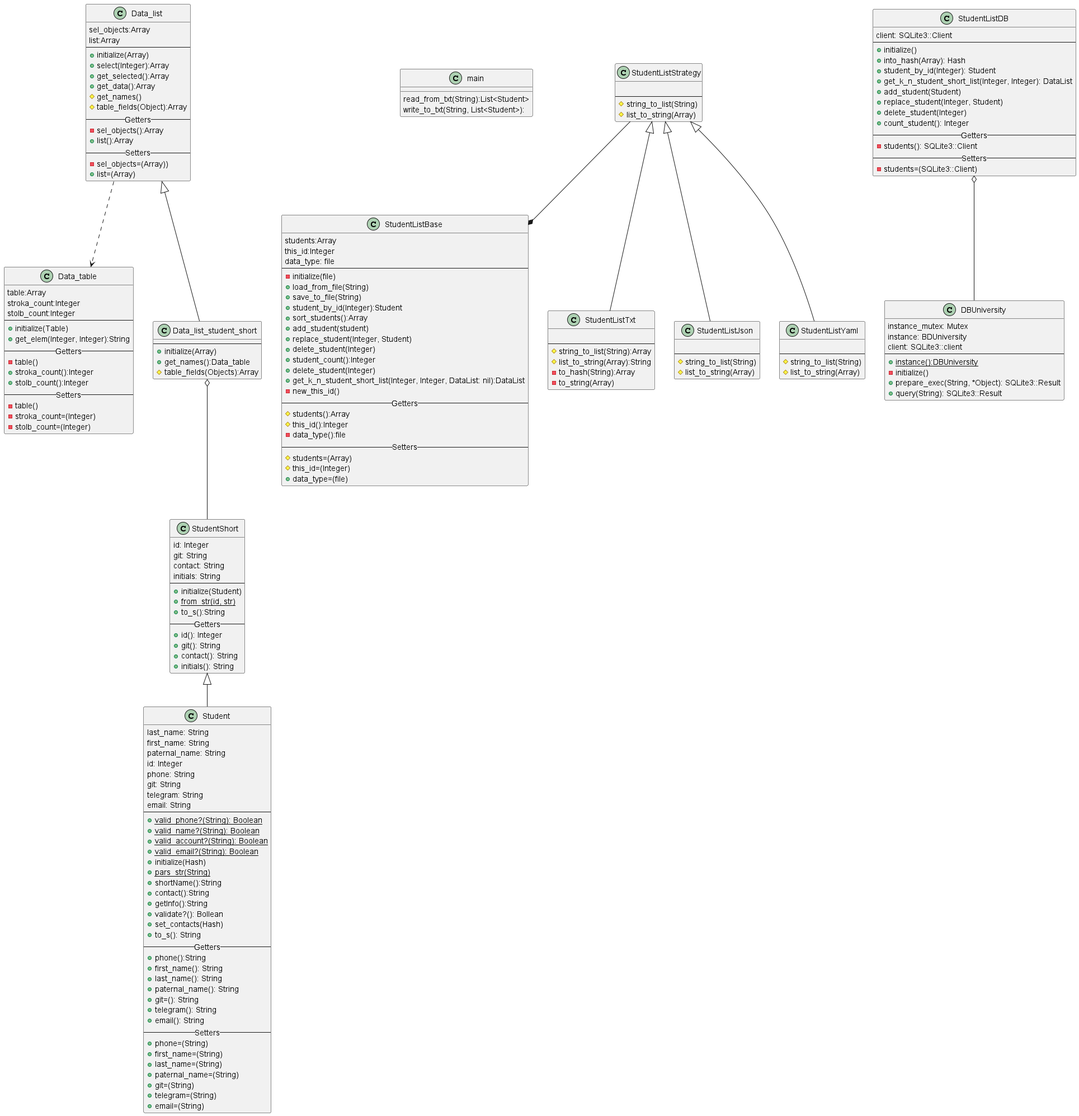
Before: Lab_2/Diagrams/student_diagram.png, a diagram exported from PlantUML (yellowcat-dotcom/Ruby).
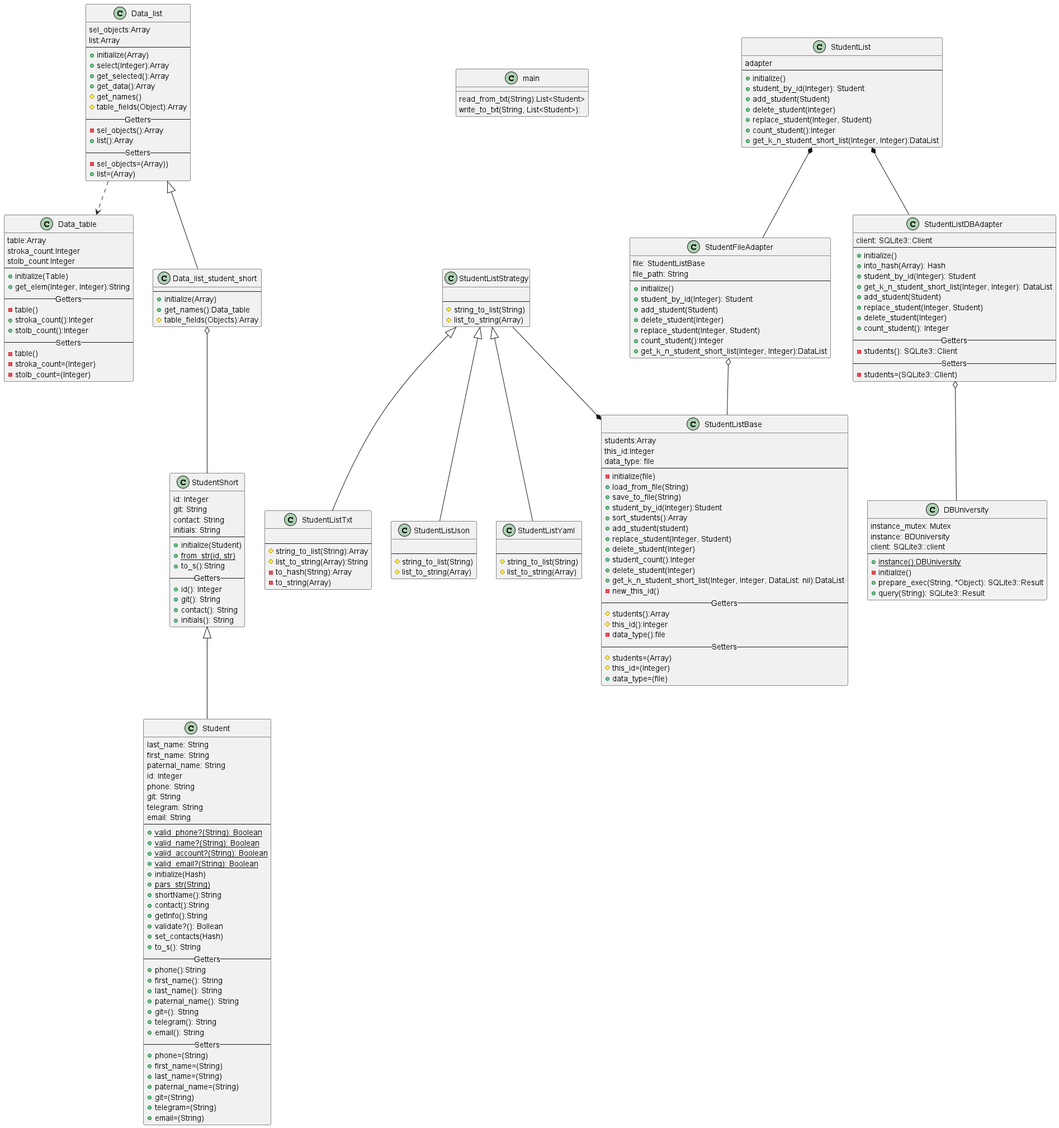
Later version of the same file.

Commit message:
3.2 Адаптер. (Diagram)

What changed in the source:
```diff
@@ -154,7 +154,7 @@
 #list_to_string(Array)
 }
 
-class StudentListDB{
+class StudentListDBAdapter{
 client: SQLite3::Client
 --
 +initialize()
@@ -180,7 +180,33 @@
 +prepare_exec(String, *Object): SQLite3::Result
 +query(String): SQLite3::Result
 }
-StudentListDB o-- DBUniversity
+class StudentFileAdapter{
+file: StudentListBase
+file_path: String
+--
++initialize()
++student_by_id(Integer): Student
++add_student(Student)
++delete_student(Integer)
++replace_student(Integer, Student)
++count_student():Integer
++get_k_n_student_short_list(Integer, Integer):DataList
+}
+class StudentList{
+adapter
+--
++initialize()
++student_by_id(Integer): Student
++add_student(Student)
++delete_student(Integer)
++replace_student(Integer, Student)
++count_student():Integer
++get_k_n_student_short_list(Integer, Integer):DataList
+}
+StudentList *-- StudentListDBAdapter
+StudentList *-- StudentFileAdapter
+StudentFileAdapter o-- StudentListBase
+StudentListDBAdapter o-- DBUniversity
 StudentShort ^-- Student
 Data_list ^-- Data_list_student_short
 Data_list_student_short o--StudentShort
```
